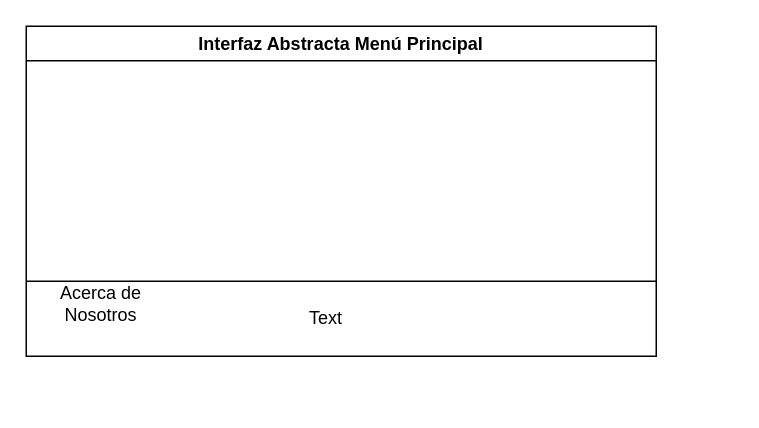
Joel4670/prueba1 keeps this draw.io diagram as Abstract.drawio. Above is the earlier version. Source tidied: cells renumbered, new cells numbered last; positions are measured from the earlier drawing's top-left corner, leaving out a move shared by most shapes. Both pictures are drawn from the tidied source at 150%, with x=0, y=0 at pixel (26, 26).
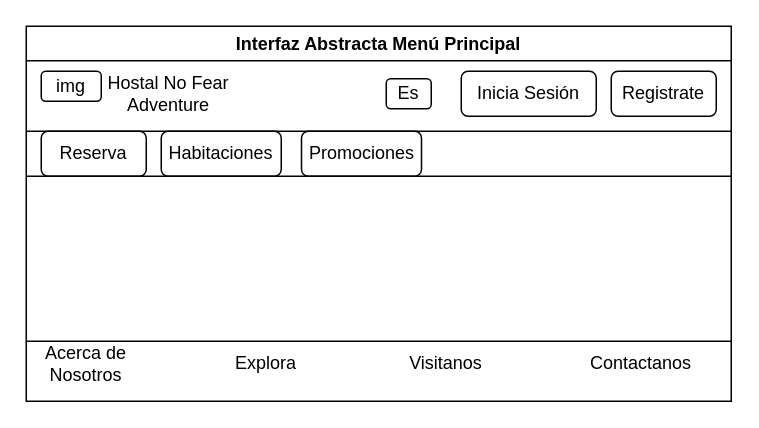
Above is the later version.

What changed in the source:
```diff
@@
     <mxCell id="2" value="Interfaz Abstracta Menú Principal" style="swimlane;whiteSpace=wrap;html=1;" parent="1" vertex="1">
-      <mxGeometry width="420" height="220" as="geometry" />
+      <mxGeometry width="470" height="250" as="geometry" />
     </mxCell>
     <mxCell id="3" value="Acerca de Nosotros" style="text;html=1;align=center;verticalAlign=middle;whiteSpace=wrap;rounded=0;" parent="2" vertex="1">
-      <mxGeometry x="20" y="170" width="60" height="30" as="geometry" />
+      <mxGeometry x="10" y="210" width="60" height="30" as="geometry" />
     </mxCell>
-    <mxCell id="4" value="Text" style="text;html=1;align=center;verticalAlign=middle;whiteSpace=wrap;rounded=0;" parent="2" vertex="1">
-      <mxGeometry x="170" y="180" width="60" height="30" as="geometry" />
+    <mxCell id="4" value="Explora" style="text;html=1;align=center;verticalAlign=middle;whiteSpace=wrap;rounded=0;" parent="2" vertex="1">
+      <mxGeometry x="130" y="210" width="60" height="30" as="geometry" />
     </mxCell>
+    <mxCell id="6" value="Visitanos" style="text;html=1;align=center;verticalAlign=middle;whiteSpace=wrap;rounded=0;" parent="2" vertex="1">
+      <mxGeometry x="250" y="210" width="60" height="30" as="geometry" />
+    </mxCell>
+    <mxCell id="7" value="Contactanos" style="text;html=1;align=center;verticalAlign=middle;whiteSpace=wrap;rounded=0;" parent="2" vertex="1">
+      <mxGeometry x="380" y="210" width="60" height="30" as="geometry" />
+    </mxCell>
+    <mxCell id="8" value="Hostal No Fear Adventure" style="text;html=1;align=center;verticalAlign=middle;whiteSpace=wrap;rounded=0;" parent="2" vertex="1">
+      <mxGeometry x="40" y="30" width="110" height="30" as="geometry" />
+    </mxCell>
+    <mxCell id="9" value="img" style="rounded=1;whiteSpace=wrap;html=1;" parent="2" vertex="1">
+      <mxGeometry x="10" y="30" width="40" height="20" as="geometry" />
+    </mxCell>
+    <mxCell id="10" value="Es" style="rounded=1;whiteSpace=wrap;html=1;" parent="2" vertex="1">
+      <mxGeometry x="240" y="35" width="30" height="20" as="geometry" />
+    </mxCell>
+    <mxCell id="11" value="Inicia Sesión" style="rounded=1;whiteSpace=wrap;html=1;" parent="2" vertex="1">
+      <mxGeometry x="290" y="30" width="90" height="30" as="geometry" />
+    </mxCell>
+    <mxCell id="12" value="Registrate" style="rounded=1;whiteSpace=wrap;html=1;" parent="2" vertex="1">
+      <mxGeometry x="390" y="30" width="70" height="30" as="geometry" />
+    </mxCell>
+    <mxCell id="13" style="endArrow=none;html=1;rounded=0;" parent="2" edge="1">
+      <mxGeometry relative="1" as="geometry">
+        <mxPoint y="70" as="sourcePoint" />
+        <mxPoint x="470" y="70" as="targetPoint" />
+      </mxGeometry>
+    </mxCell>
+    <mxCell id="14" value="Reserva" style="rounded=1;whiteSpace=wrap;html=1;" parent="2" vertex="1">
+      <mxGeometry x="10" y="70" width="70" height="30" as="geometry" />
+    </mxCell>
+    <mxCell id="15" value="Habitaciones" style="rounded=1;whiteSpace=wrap;html=1;" parent="2" vertex="1">
+      <mxGeometry x="90" y="70" width="80" height="30" as="geometry" />
+    </mxCell>
+    <mxCell id="16" value="Promociones" style="rounded=1;whiteSpace=wrap;html=1;" parent="2" vertex="1">
+      <mxGeometry x="183.5" y="70" width="80" height="30" as="geometry" />
+    </mxCell>
     <mxCell id="5" style="endArrow=none;html=1;rounded=0;" parent="1" edge="1">
       <mxGeometry relative="1" as="geometry">
-        <mxPoint y="170" as="sourcePoint" />
-        <mxPoint x="420" y="170" as="targetPoint" />
+        <mxPoint y="210" as="sourcePoint" />
+        <mxPoint x="470" y="210" as="targetPoint" />
       </mxGeometry>
     </mxCell>
+    <mxCell id="17" style="endArrow=none;html=1;rounded=0;" parent="1" edge="1">
+      <mxGeometry relative="1" as="geometry">
+        <mxPoint y="100" as="sourcePoint" />
+        <mxPoint x="470" y="100" as="targetPoint" />
+      </mxGeometry>
+    </mxCell>
```
